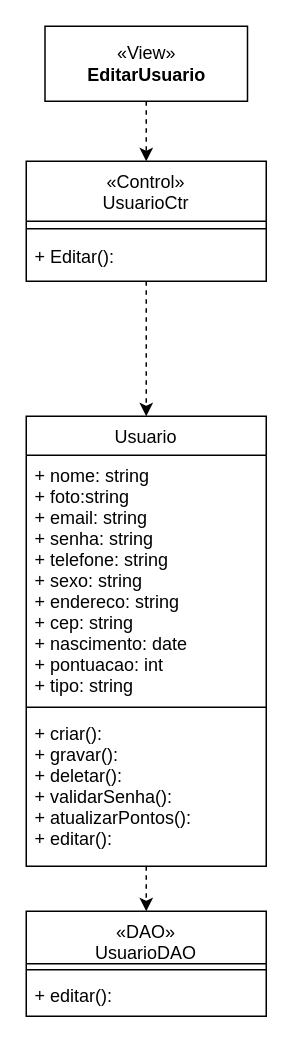
Earlier version of the draw.io diagram Diagrama de Caso de Uso Editar Usuário.drawio (jl-miclos/Eng-SO3). Source tidied: cells renumbered, new cells numbered last; positions are measured from the earlier drawing's top-left corner, leaving out a move shared by most shapes. Both pictures are drawn from the tidied source at 150%, with x=0, y=0 at pixel (26, 26).
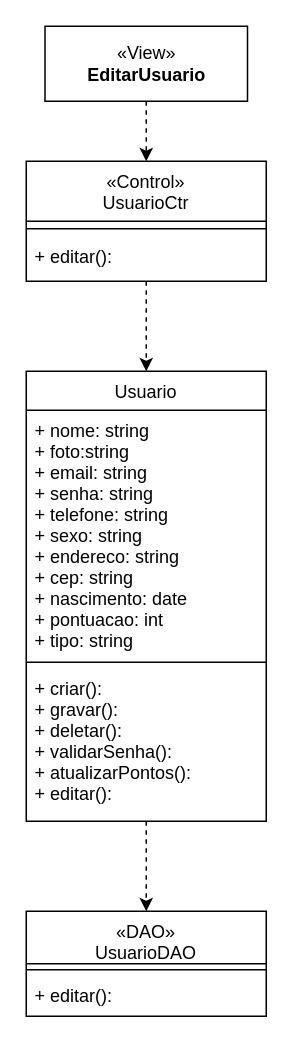
The same diagram, later.

The edit, as a diff of the source:
```diff
@@
 <mxGraphModel>
   <root>
     <mxCell id="0" />
     <mxCell id="1" parent="0" />
     <mxCell id="2" style="edgeStyle=orthogonalEdgeStyle;rounded=0;jettySize=auto;html=1;exitX=0.5;exitY=1;exitDx=0;exitDy=0;entryX=0.5;entryY=0;entryDx=0;entryDy=0;dashed=1;" parent="1" edge="1" source="3" target="7">
       <mxGeometry relative="1" as="geometry" />
     </mxCell>
     <mxCell id="3" value="Usuario" style="swimlane;fontStyle=0;align=center;verticalAlign=top;horizontal=1;startSize=26;rounded=0;shadow=0;strokeWidth=1;" parent="1" vertex="1">
-      <mxGeometry y="260" width="160" height="300" as="geometry" />
+      <mxGeometry y="230" width="160" height="300" as="geometry" />
     </mxCell>
     <mxCell id="4" value="+ nome: string&#10;+ foto:string&#10;+ email: string&#10;+ senha: string&#10;+ telefone: string&#10;+ sexo: string&#10;+ endereco: string&#10;+ cep: string&#10;+ nascimento: date&#10;+ pontuacao: int&#10;+ tipo: string " style="text;align=left;verticalAlign=top;spacingLeft=4;spacingRight=4;overflow=hidden;" parent="3" vertex="1">
       <mxGeometry y="26" width="160" height="164" as="geometry" />
     </mxCell>
     <mxCell id="5" style="line;html=1;strokeWidth=1;align=left;verticalAlign=middle;spacingTop=-1;spacingLeft=3;spacingRight=3;labelPosition=right;" parent="3" vertex="1">
       <mxGeometry y="190" width="160" height="8" as="geometry" />
     </mxCell>
     <mxCell id="6" value="+ criar(): &#10;+ gravar():&#10;+ deletar(): &#10;+ validarSenha():&#10;+ atualizarPontos():&#10;+ editar():" style="text;align=left;verticalAlign=top;spacingLeft=4;spacingRight=4;overflow=hidden;" parent="3" vertex="1">
       <mxGeometry y="198" width="160" height="102" as="geometry" />
     </mxCell>
     <mxCell id="7" value="«DAO»&#10;UsuarioDAO&#10;" style="swimlane;fontStyle=0;align=center;verticalAlign=top;horizontal=1;startSize=35;rounded=0;shadow=0;strokeWidth=1;" parent="1" vertex="1">
       <mxGeometry y="590" width="160" height="70" as="geometry" />
     </mxCell>
     <mxCell id="8" style="line;html=1;strokeWidth=1;align=left;verticalAlign=middle;spacingTop=-1;spacingLeft=3;spacingRight=3;labelPosition=right;" parent="7" vertex="1">
       <mxGeometry y="35" width="160" height="8" as="geometry" />
     </mxCell>
-    <mxCell id="9" value="+ editar():" style="text;align=left;verticalAlign=top;spacingLeft=4;spacingRight=4;overflow=hidden;" parent="7" vertex="1">
+    <mxCell id="9" value="+ editar():&#10;" style="text;align=left;verticalAlign=top;spacingLeft=4;spacingRight=4;overflow=hidden;" parent="7" vertex="1">
       <mxGeometry y="43" width="160" height="27" as="geometry" />
     </mxCell>
     <mxCell id="10" style="edgeStyle=orthogonalEdgeStyle;rounded=0;jettySize=auto;html=1;entryX=0.5;entryY=0;entryDx=0;entryDy=0;dashed=1;" parent="1" edge="1" source="11" target="13">
       <mxGeometry relative="1" as="geometry" />
     </mxCell>
     <mxCell id="11" value="«View»&lt;br&gt;&lt;b&gt;EditarUsuario&lt;br&gt;&lt;/b&gt;" style="html=1;whiteSpace=wrap;" parent="1" vertex="1">
       <mxGeometry x="12.5" width="135" height="50" as="geometry" />
     </mxCell>
-    <mxCell id="12" style="edgeStyle=orthogonalEdgeStyle;rounded=0;jettySize=auto;html=1;exitX=0.5;exitY=1;exitDx=0;exitDy=0;entryX=0.5;entryY=0;entryDx=0;entryDy=0;dashed=1;" parent="1" edge="1" source="13">
-      <mxGeometry relative="1" as="geometry">
-        <mxPoint x="80" y="260" as="targetPoint" />
-      </mxGeometry>
+    <mxCell id="12" style="edgeStyle=orthogonalEdgeStyle;rounded=0;jettySize=auto;html=1;exitX=0.5;exitY=1;exitDx=0;exitDy=0;entryX=0.5;entryY=0;entryDx=0;entryDy=0;dashed=1;" parent="1" edge="1" source="13" target="3">
+      <mxGeometry relative="1" as="geometry" />
     </mxCell>
     <mxCell id="13" value="«Control»&#10;UsuarioCtr" style="swimlane;fontStyle=0;align=center;verticalAlign=top;horizontal=1;startSize=40;rounded=0;shadow=0;strokeWidth=1;" parent="1" vertex="1">
       <mxGeometry y="90" width="160" height="80" as="geometry" />
     </mxCell>
     <mxCell id="14" style="line;html=1;strokeWidth=1;align=left;verticalAlign=middle;spacingTop=-1;spacingLeft=3;spacingRight=3;labelPosition=right;" parent="13" vertex="1">
       <mxGeometry y="40" width="160" height="10" as="geometry" />
     </mxCell>
-    <mxCell id="15" value="+ Editar():&#10;" style="text;align=left;verticalAlign=top;spacingLeft=4;spacingRight=4;overflow=hidden;" parent="13" vertex="1">
+    <mxCell id="15" value="+ editar():&#10;" style="text;align=left;verticalAlign=top;spacingLeft=4;spacingRight=4;overflow=hidden;" parent="13" vertex="1">
       <mxGeometry y="50" width="160" height="30" as="geometry" />
     </mxCell>
   </root>
 </mxGraphModel>
```
